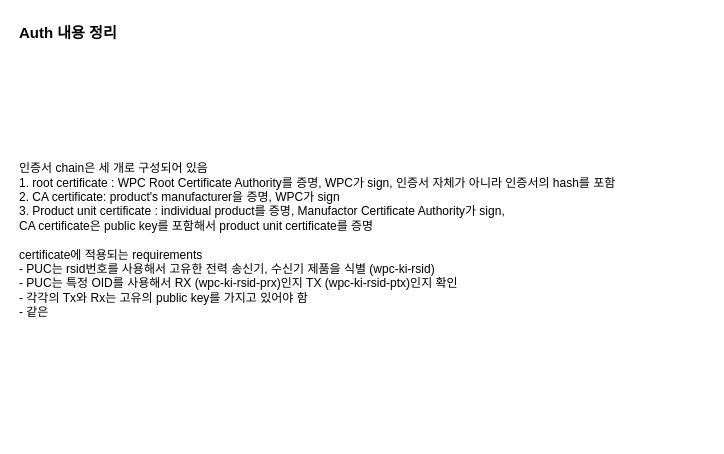
Earlier version of the draw.io diagram diagram/Auth.drawio (Jwoo0725/Ki). Source tidied: cells renumbered, new cells numbered last; positions are measured from the earlier drawing's top-left corner, leaving out a move shared by most shapes. Both pictures are drawn from the tidied source at 100%, with x=0, y=0 at pixel (17, 17).
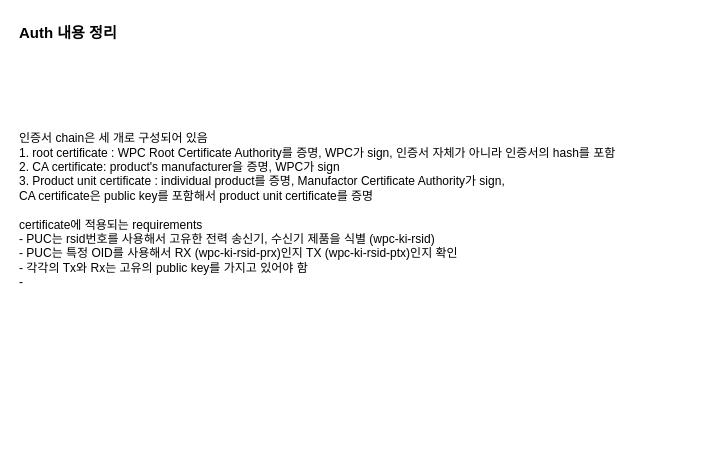
Above is the later version.

Change to the diagram source:
```diff
@@
 <mxGraphModel>
   <root>
     <mxCell id="0" />
     <mxCell id="1" parent="0" />
     <mxCell id="2" value="Auth 내용 정리" style="text;html=1;whiteSpace=wrap;strokeColor=none;fillColor=none;align=left;verticalAlign=middle;rounded=0;fontStyle=1;fontSize=15;" parent="1" vertex="1">
       <mxGeometry width="120" height="30" as="geometry" />
     </mxCell>
-    <mxCell id="3" value="인증서 chain은 세 개로 구성되어 있음&lt;div&gt;1. root certificate : WPC Root Certificate Authority를 증명, WPC가 sign, 인증서 자체가 아니라 인증서의 hash를 포함&lt;/div&gt;&lt;div&gt;2. CA certificate: product's manufacturer을 증명, WPC가 sign&lt;/div&gt;&lt;div&gt;3. Product unit certificate : individual product를 증명, Manufactor Certificate Authority가 sign,&lt;/div&gt;&lt;div&gt;CA certificate은 public key를 포함해서 product unit certificate를 증명&lt;/div&gt;&lt;div&gt;&lt;br&gt;&lt;/div&gt;&lt;div&gt;certificate에 적용되는 requirements&lt;/div&gt;&lt;div&gt;- PUC는 rsid번호를 사용해서 고유한 전력 송신기, 수신기 제품을 식별 (wpc-ki-rsid)&lt;/div&gt;&lt;div&gt;- PUC는 특정 OID를 사용해서 RX&lt;span style=&quot;background-color: transparent; color: light-dark(rgb(0, 0, 0), rgb(255, 255, 255));&quot;&gt;&amp;nbsp;&lt;/span&gt;&lt;span style=&quot;background-color: transparent; color: light-dark(rgb(0, 0, 0), rgb(255, 255, 255));&quot;&gt;(wpc-ki-rsid-prx)&lt;/span&gt;&lt;span style=&quot;background-color: transparent; color: light-dark(rgb(0, 0, 0), rgb(255, 255, 255));&quot;&gt;인지 TX&lt;/span&gt;&lt;span style=&quot;background-color: transparent; color: light-dark(rgb(0, 0, 0), rgb(255, 255, 255));&quot;&gt;&amp;nbsp;&lt;/span&gt;&lt;span style=&quot;background-color: transparent; color: light-dark(rgb(0, 0, 0), rgb(255, 255, 255));&quot;&gt;(wpc-ki-rsid-ptx)&lt;/span&gt;&lt;span style=&quot;background-color: transparent; color: light-dark(rgb(0, 0, 0), rgb(255, 255, 255));&quot;&gt;인지 확인&lt;/span&gt;&lt;/div&gt;&lt;div&gt;- 각각의 Tx와 Rx는 고유의 public key를 가지고 있어야 함&lt;/div&gt;&lt;div&gt;- 같은&lt;/div&gt;&lt;div&gt;&lt;br&gt;&lt;/div&gt;" style="text;html=1;whiteSpace=wrap;strokeColor=none;fillColor=none;align=left;verticalAlign=middle;rounded=0;" parent="1" vertex="1">
-      <mxGeometry y="40" width="690" height="380" as="geometry" />
+    <mxCell id="3" value="인증서 chain은 세 개로 구성되어 있음&lt;div&gt;1. root certificate : WPC Root Certificate Authority를 증명, WPC가 sign, 인증서 자체가 아니라 인증서의 hash를 포함&lt;/div&gt;&lt;div&gt;2. CA certificate: product's manufacturer을 증명, WPC가 sign&lt;/div&gt;&lt;div&gt;3. Product unit certificate : individual product를 증명, Manufactor Certificate Authority가 sign,&lt;/div&gt;&lt;div&gt;CA certificate은 public key를 포함해서 product unit certificate를 증명&lt;/div&gt;&lt;div&gt;&lt;br&gt;&lt;/div&gt;&lt;div&gt;certificate에 적용되는 requirements&lt;/div&gt;&lt;div&gt;- PUC는 rsid번호를 사용해서 고유한 전력 송신기, 수신기 제품을 식별 (wpc-ki-rsid)&lt;/div&gt;&lt;div&gt;- PUC는 특정 OID를 사용해서 RX&lt;span style=&quot;background-color: transparent; color: light-dark(rgb(0, 0, 0), rgb(255, 255, 255));&quot;&gt;&amp;nbsp;&lt;/span&gt;&lt;span style=&quot;background-color: transparent; color: light-dark(rgb(0, 0, 0), rgb(255, 255, 255));&quot;&gt;(wpc-ki-rsid-prx)&lt;/span&gt;&lt;span style=&quot;background-color: transparent; color: light-dark(rgb(0, 0, 0), rgb(255, 255, 255));&quot;&gt;인지 TX&lt;/span&gt;&lt;span style=&quot;background-color: transparent; color: light-dark(rgb(0, 0, 0), rgb(255, 255, 255));&quot;&gt;&amp;nbsp;&lt;/span&gt;&lt;span style=&quot;background-color: transparent; color: light-dark(rgb(0, 0, 0), rgb(255, 255, 255));&quot;&gt;(wpc-ki-rsid-ptx)&lt;/span&gt;&lt;span style=&quot;background-color: transparent; color: light-dark(rgb(0, 0, 0), rgb(255, 255, 255));&quot;&gt;인지 확인&lt;/span&gt;&lt;/div&gt;&lt;div&gt;- 각각의 Tx와 Rx는 고유의 public key를 가지고 있어야 함&lt;/div&gt;&lt;div&gt;-&amp;nbsp;&lt;/div&gt;&lt;div&gt;&lt;br&gt;&lt;/div&gt;" style="text;html=1;whiteSpace=wrap;strokeColor=none;fillColor=none;align=left;verticalAlign=middle;rounded=0;" parent="1" vertex="1">
+      <mxGeometry y="10" width="690" height="380" as="geometry" />
     </mxCell>
   </root>
 </mxGraphModel>
```
